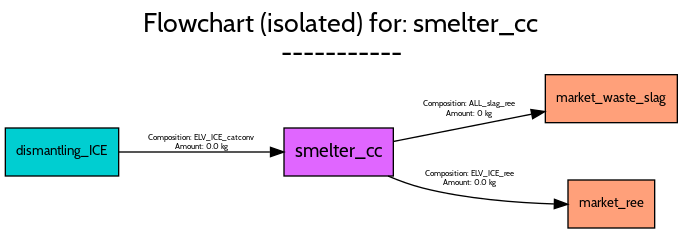
Above: src/futuram/examples/ELV/figures/flowcharts/processes/png/smelter_cc.png in FutuRaM-Project/Recovery-Model (Graphviz), before the change. Its source is kept beside it as src/futuram/examples/ELV/figures/flowcharts/processes/dot/smelter_cc.dot.
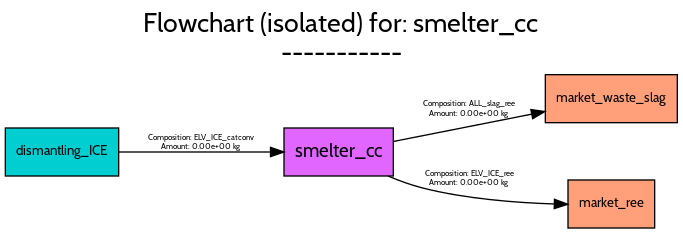
The same file after the commit.

Change to the diagram source:
```diff
@@ -35,7 +35,7 @@
 		fontname=Cabin,
 		fontsize=6,
 		label="Composition: ALL_slag_ree
-Amount: 0 kg",
+Amount: 0.00e+00 kg",
 		lp="348,89",
 		pos="e,404.64,87.348 291.01,64.903 320.57,70.742 361.29,78.785 394.57,85.359"];
 	market_ree	[fillcolor=lightsalmon1,
@@ -50,7 +50,7 @@
 		fontname=Cabin,
 		fontsize=6,
 		label="Composition: ELV_ICE_ree
-Amount: 0.0 kg",
+Amount: 0.00e+00 kg",
 		lp="348,37",
 		pos="e,421.77,17.79 287.02,38.974 295.37,35.459 304.35,32.19 313,30 345.41,21.795 383.22,18.929 411.45,18.041"];
 	dismantling_ICE	[fillcolor=darkturquoise,
@@ -65,7 +65,7 @@
 		fontname=Cabin,
 		fontsize=6,
 		label="Composition: ELV_ICE_catconv
-Amount: 0.0 kg",
+Amount: 0.00e+00 kg",
 		lp="147,64",
 		pos="e,208.87,57 85.086,57 117.82,57 163.58,57 198.43,57"];
 }
```
